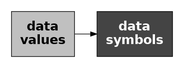
Earlier version of the Graphviz export Diagrams/data-sym.png (pmur002/hdvw). Its source is kept beside it as Diagrams/data-sym.dot.
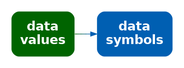
After the change.

Change to the diagram source:
```diff
@@ -1,8 +1,8 @@
 digraph {
   graph [ rankdir=LR; margin=.2; nodesep=.5 ];
   node [ fontsize=20; fontname="sans bold"; margin=.2 ];
-  data [ label="data\nvalues"; shape=box; style=filled; fillcolor=gray ]
+  data [ label="data\nvalues"; shape=box; style="filled, rounded"; penwidth=0; fontcolor=white; fillcolor="#006400" ]
   sym [ label="data\nsymbols"; shape=box;
-        style=filled; fillcolor="#444444"; fontcolor=white ]
-  data -> sym
+     style="filled, rounded"; penwidth=0; fontcolor=white; fillcolor="#005FB2" ]
+  data -> sym [ color="#006400;0.1:#006314;0.1:#006328;0.1:#00623B;0.1:#00624F;0.1:#006163;0.1:#006177;0.1:#00608A;0.1:#00609E;0.1:#005FB2;0.1" ]
 }
```
